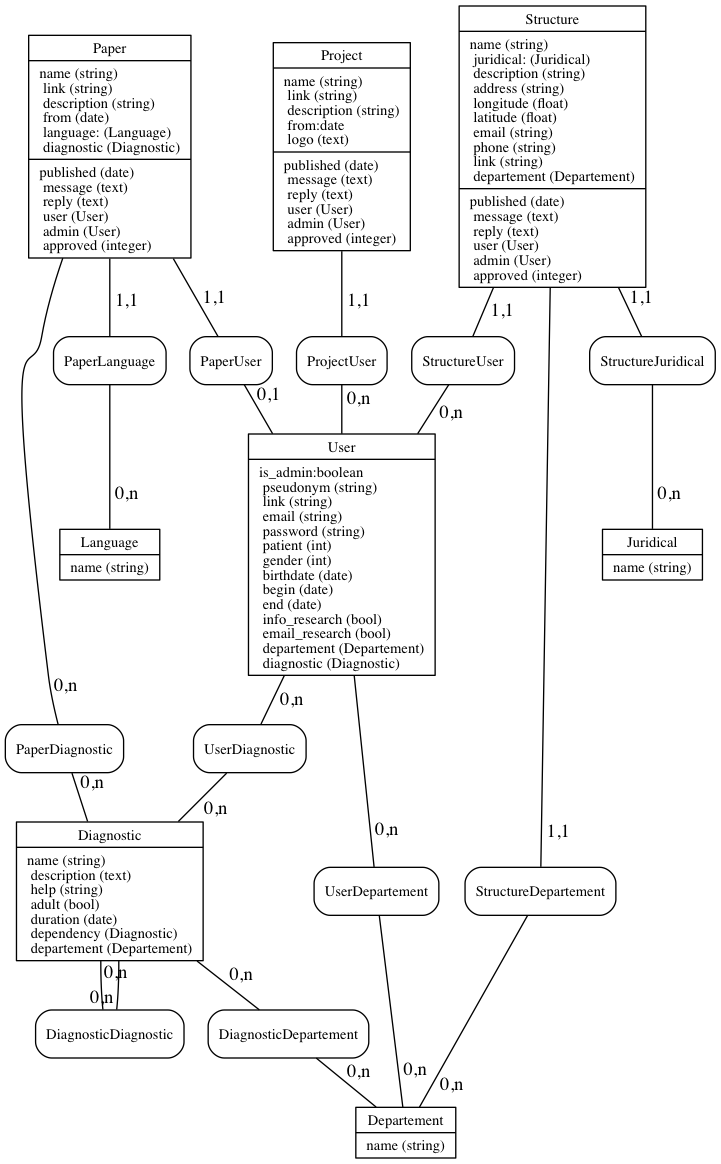
Above: mcd.png in adjivas/site-ref (Graphviz), before the change. Its source is kept beside it as mcd.dot.
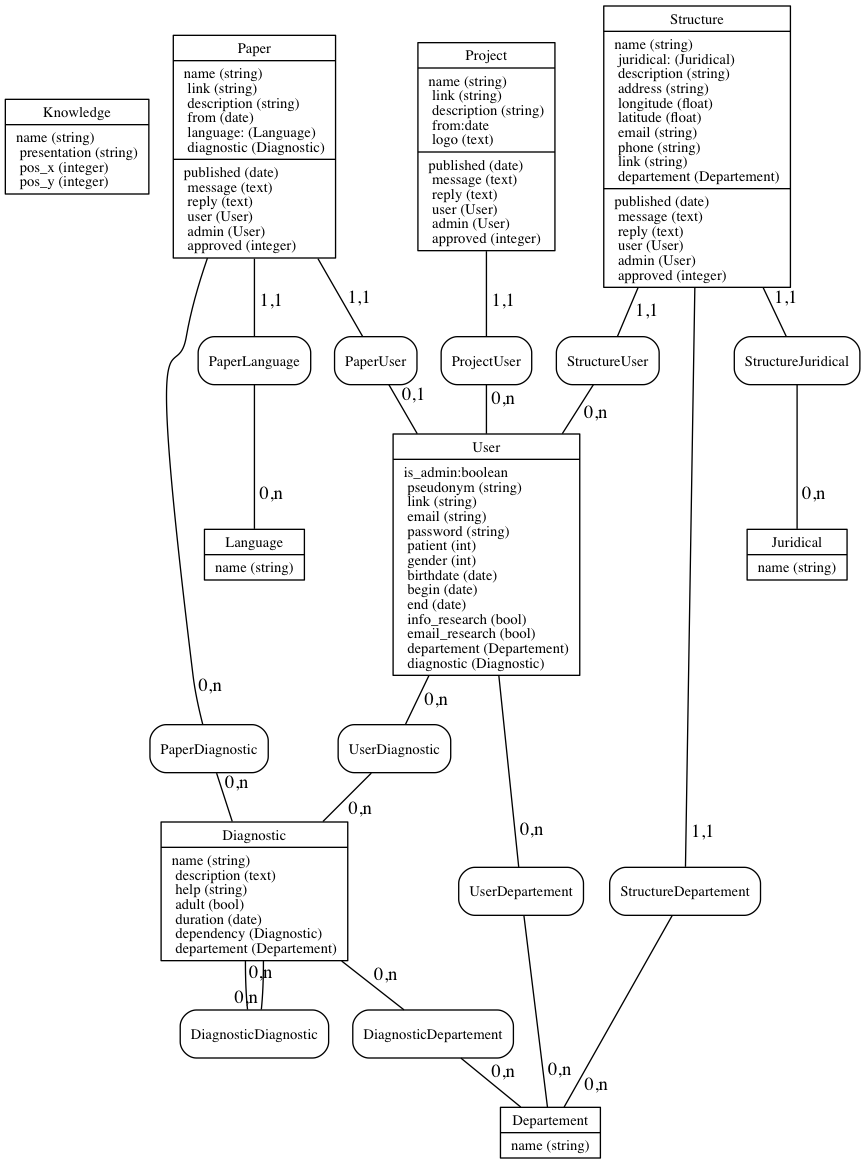
The same diagram one commit later.

Commit message:
add new table knowledge

What changed in the source:
```diff
@@ -2,6 +2,16 @@
 
  splines=true;
  node [fontsize = 11];
+
+
+ nodeTableKnowledge [label = "{
+  Knowledge
+   |
+   name (string)\l
+   presentation (string)\l
+   pos_x (integer)\l
+   pos_y (integer)\l
+ }", shape=record]
 
 
  nodeTablePaper [label = "{
```
